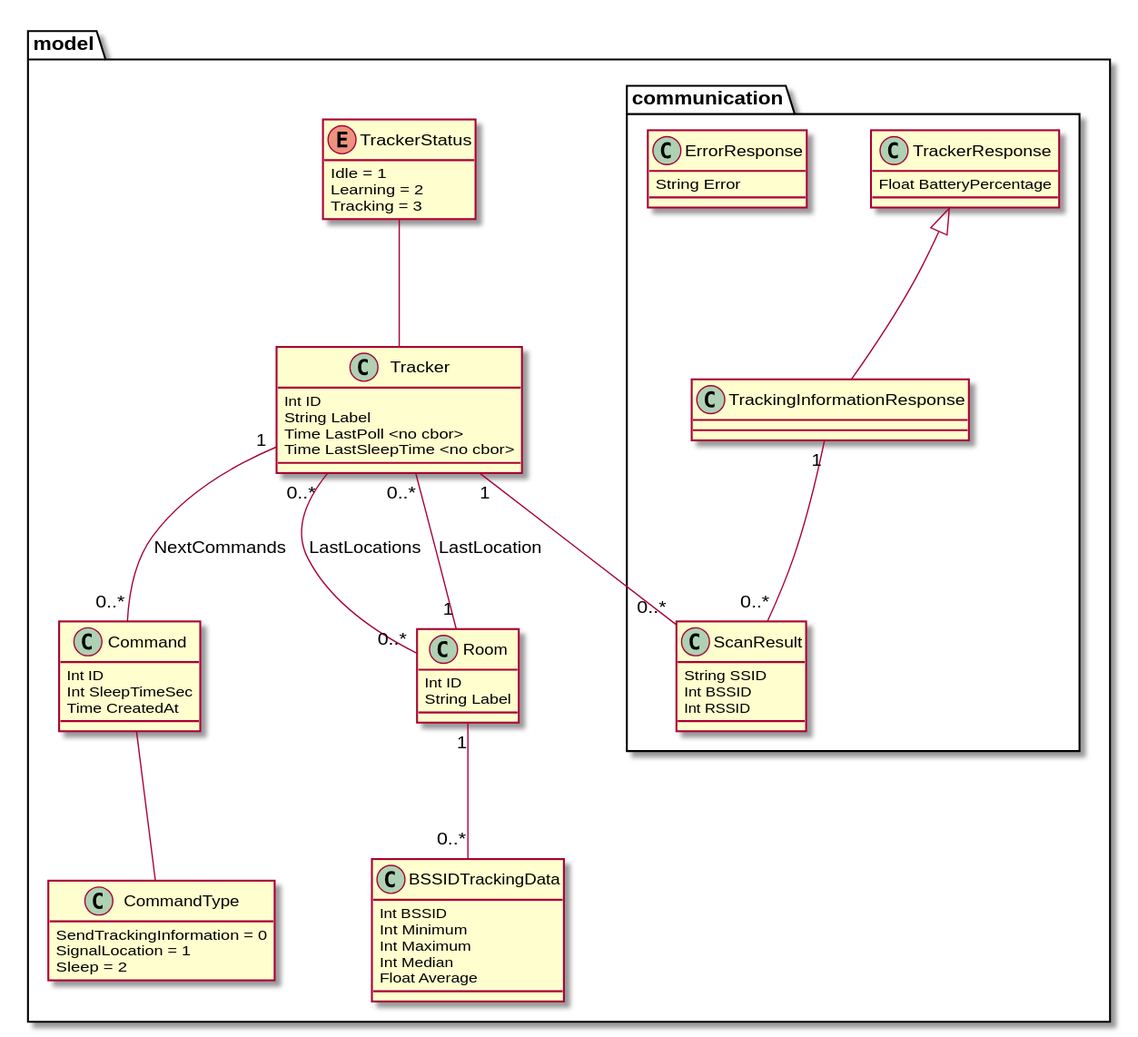
The PlantUML diagram paper/images/uml.svg in glidingthroughspace/paper-tracker, before a commit.
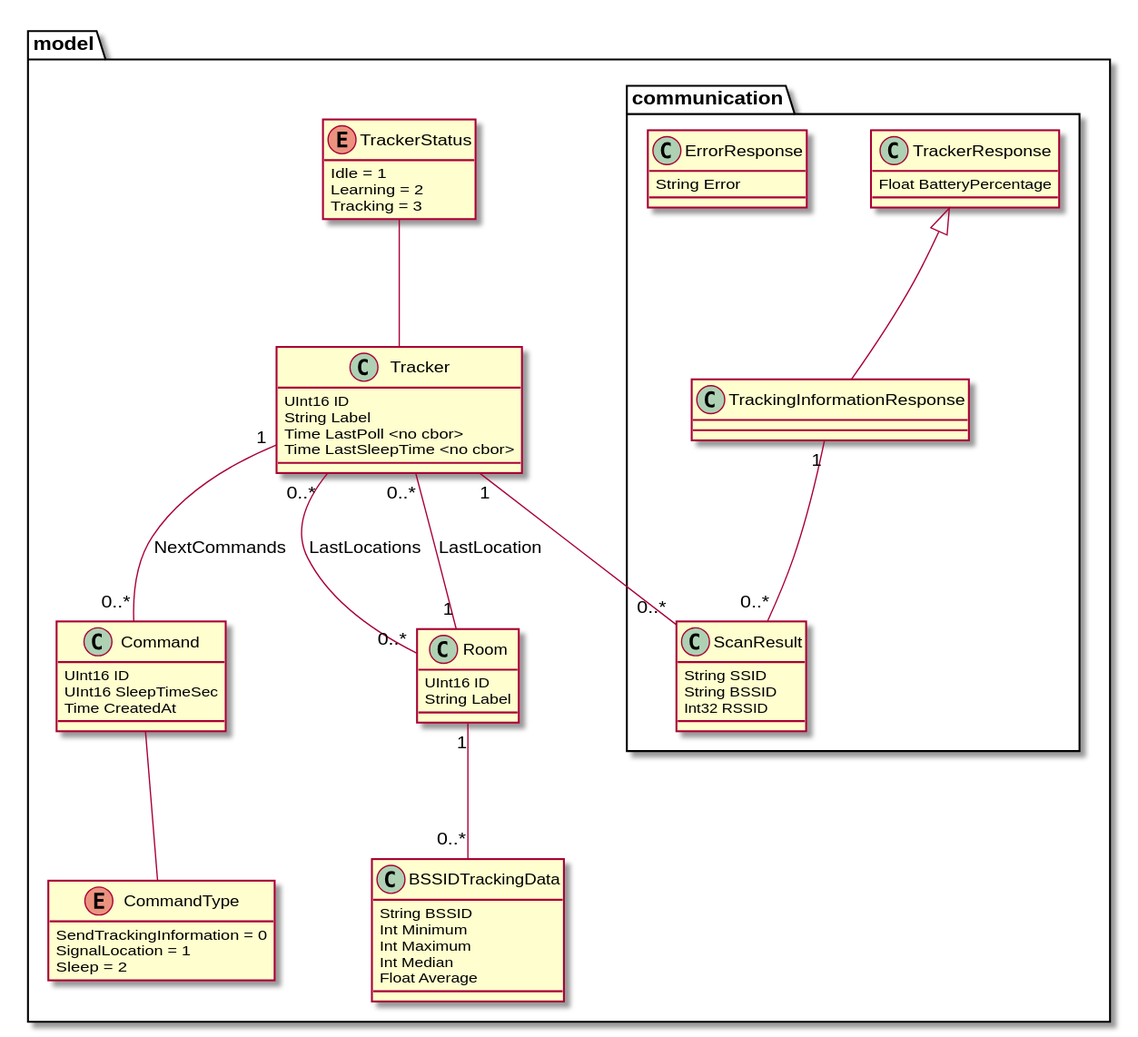
After the change.

Commit message:
Update uml with specific Int and BSSID String (#23)

* Update uml with specific Int and BSSID String

* Paper: Update UML Diagrams to use 16 bit uints as IDs

What changed in the source:
```diff
@@ -4,7 +4,7 @@
 
 package model {
   class Tracker {
-    Int ID
+    UInt16 ID
     String Label
     Time LastPoll <no cbor>
     Time LastSleepTime <no cbor>
@@ -18,8 +18,8 @@
   hide TrackerStatus methods
 
   class Command {
-    Int ID
-    Int SleepTimeSec
+    UInt16 ID
+    UInt16 SleepTimeSec
     Time CreatedAt
   }
 
@@ -28,26 +28,27 @@
     SignalLocation = 1
     Sleep = 2
   }
+
   hide CommandType methods
   together {
-  	class Command
-    class CommandType
+    class Command
+    enum CommandType
   }
 
   class Room {
-    Int ID
+    UInt16 ID
     String Label
   }
 
   class BSSIDTrackingData {
-    Int BSSID
+    String BSSID
     Int Minimum
     Int Maximum
     Int Median
     Float Average
   }
   together {
-  	class Room
+    class Room
     class BSSIDTrackingData
   }
 
@@ -61,8 +62,8 @@
 
     class ScanResult {
       String SSID
-      Int BSSID
-      Int RSSID
+      String BSSID
+      Int32 RSSID
     }
 
     class ErrorResponse {
```
